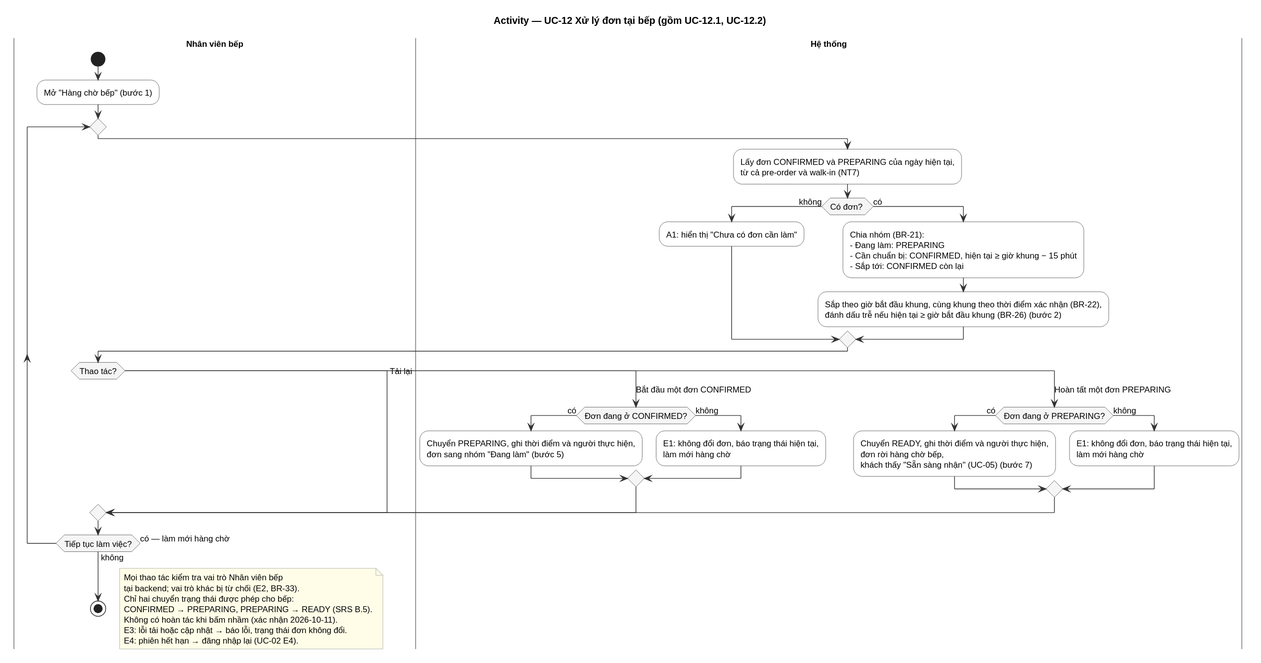
Before: 01-ManagedArea/02-Requirements/Activity-Diagrams/UC-12_xu-ly-don-tai-bep_activity.svg, a diagram exported from PlantUML (huyducnguyen0/smart-food-preorder). Its diagram source:
```plantuml
@startuml
!include _style.iuml
title Activity — UC-12 Xử lý đơn tại bếp (gồm UC-12.1, UC-12.2)

|Nhân viên bếp|
start
:Mở "Hàng chờ bếp" (bước 1);
repeat
  |Hệ thống|
  :Lấy đơn CONFIRMED và PREPARING của ngày hiện tại,
  từ cả pre-order và walk-in (NT7);
  if (Có đơn? ) then (không)
    :A1: hiển thị "Chưa có đơn cần làm";
  else (có)
    :Chia nhóm (BR-21):
    - Đang làm: PREPARING
    - Cần chuẩn bị: CONFIRMED, hiện tại ≥ giờ khung − 15 phút
    - Sắp tới: CONFIRMED còn lại;
    :Sắp theo giờ bắt đầu khung, cùng khung theo thời điểm xác nhận (BR-22),
    đánh dấu trễ nếu hiện tại ≥ giờ bắt đầu khung (BR-26) (bước 2);
  endif
  |Nhân viên bếp|
  switch (Thao tác?)
  case (Bắt đầu một đơn CONFIRMED)
    |Hệ thống|
    if (Đơn đang ở CONFIRMED?) then (có)
      :Chuyển PREPARING, ghi thời điểm và người thực hiện,
      đơn sang nhóm "Đang làm" (bước 5);
    else (không)
      :E1: không đổi đơn, báo trạng thái hiện tại,
      làm mới hàng chờ;
    endif
  case (Hoàn tất một đơn PREPARING)
    |Hệ thống|
    if (Đơn đang ở PREPARING?) then (có)
      :Chuyển READY, ghi thời điểm và người thực hiện,
      đơn rời hàng chờ bếp,
      khách thấy "Sẵn sàng nhận" (UC-05) (bước 7);
    else (không)
      :E1: không đổi đơn, báo trạng thái hiện tại,
      làm mới hàng chờ;
    endif
  case (Tải lại)
  endswitch
  |Nhân viên bếp|
repeat while (Tiếp tục làm việc?) is (có — làm mới hàng chờ) not (không)
stop

floating note right
  Mọi thao tác kiểm tra vai trò Nhân viên bếp
  tại backend; vai trò khác bị từ chối (E2, BR-33).
  Chỉ hai chuyển trạng thái được phép cho bếp:
  CONFIRMED → PREPARING, PREPARING → READY (SRS B.5).
  Không có hoàn tác khi bấm nhầm (xác nhận 2026-10-11).
  E3: lỗi tải hoặc cập nhật → báo lỗi, trạng thái đơn không đổi.
  E4: phiên hết hạn → đăng nhập lại (UC-02 E4).
end note
@enduml
```
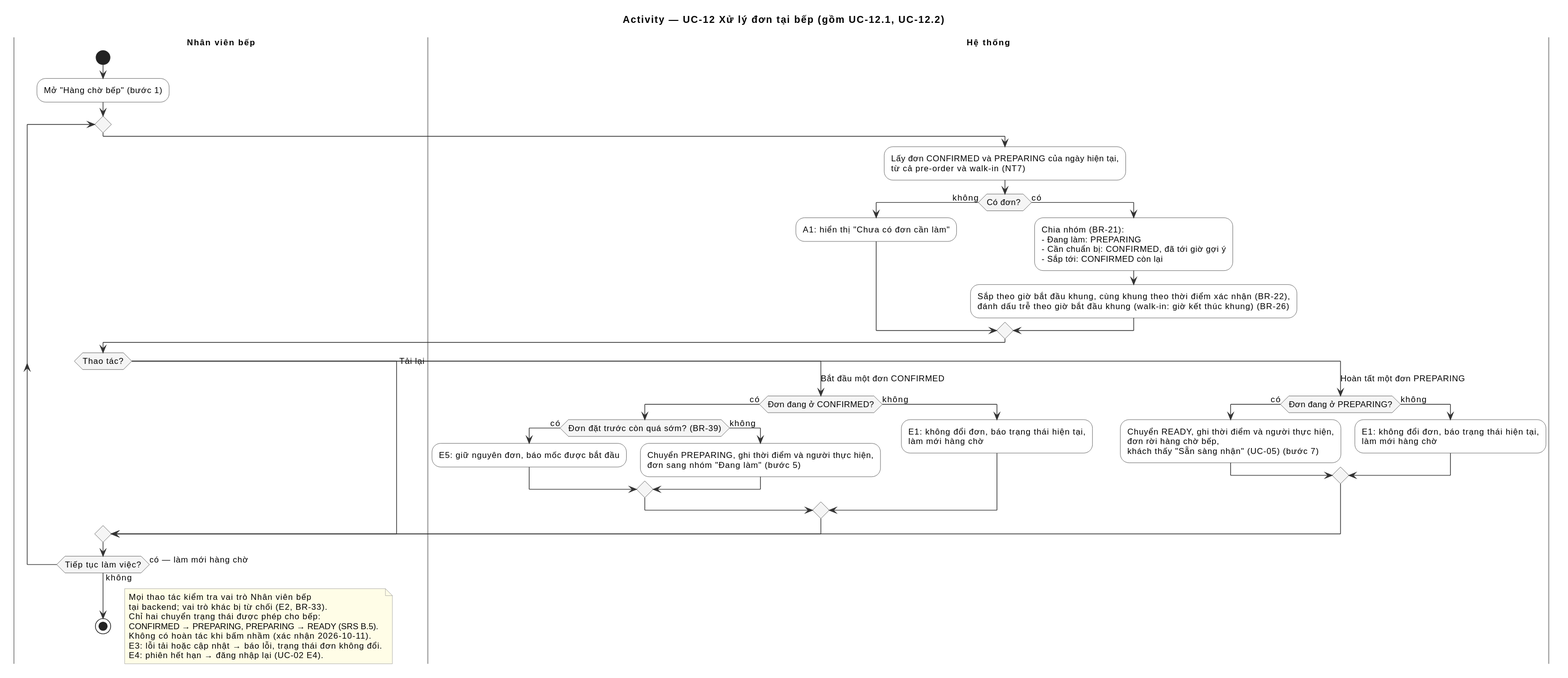
The same file after the commit.

Diff of the diagram source:
```diff
@@ -14,18 +14,22 @@
   else (có)
     :Chia nhóm (BR-21):
     - Đang làm: PREPARING
-    - Cần chuẩn bị: CONFIRMED, hiện tại ≥ giờ khung − 15 phút
+    - Cần chuẩn bị: CONFIRMED, đã tới giờ gợi ý
     - Sắp tới: CONFIRMED còn lại;
     :Sắp theo giờ bắt đầu khung, cùng khung theo thời điểm xác nhận (BR-22),
-    đánh dấu trễ nếu hiện tại ≥ giờ bắt đầu khung (BR-26) (bước 2);
+    đánh dấu trễ theo giờ bắt đầu khung (walk-in: giờ kết thúc khung) (BR-26);
   endif
   |Nhân viên bếp|
   switch (Thao tác?)
   case (Bắt đầu một đơn CONFIRMED)
     |Hệ thống|
     if (Đơn đang ở CONFIRMED?) then (có)
-      :Chuyển PREPARING, ghi thời điểm và người thực hiện,
-      đơn sang nhóm "Đang làm" (bước 5);
+      if (Đơn đặt trước còn quá sớm? (BR-39)) then (có)
+        :E5: giữ nguyên đơn, báo mốc được bắt đầu;
+      else (không)
+        :Chuyển PREPARING, ghi thời điểm và người thực hiện,
+        đơn sang nhóm "Đang làm" (bước 5);
+      endif
     else (không)
       :E1: không đổi đơn, báo trạng thái hiện tại,
       làm mới hàng chờ;
```
